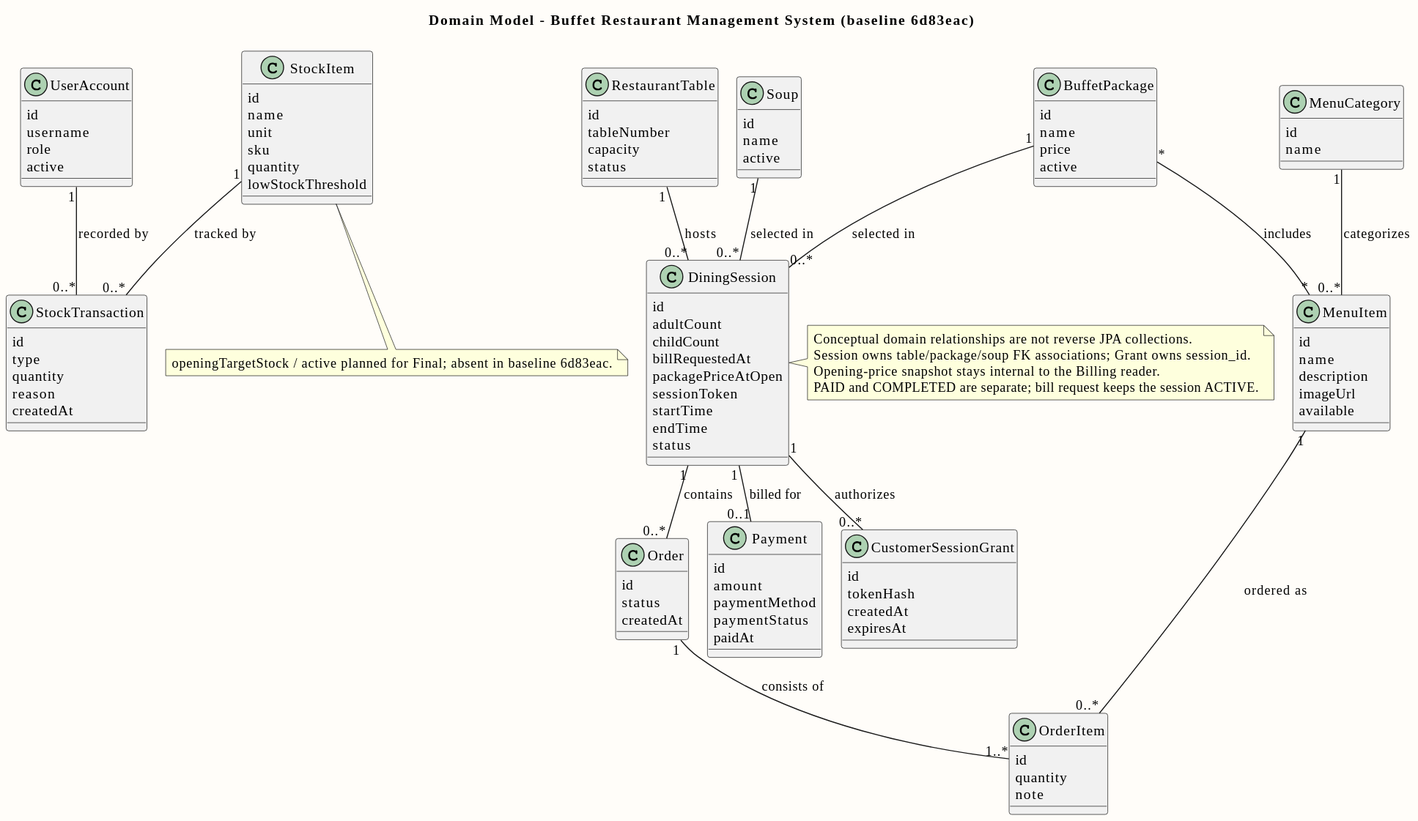
Above: doc/diagrams/previews/domain-model.svg in PavaritPramual/buffet-restaurant-management-system (PlantUML), before the change.
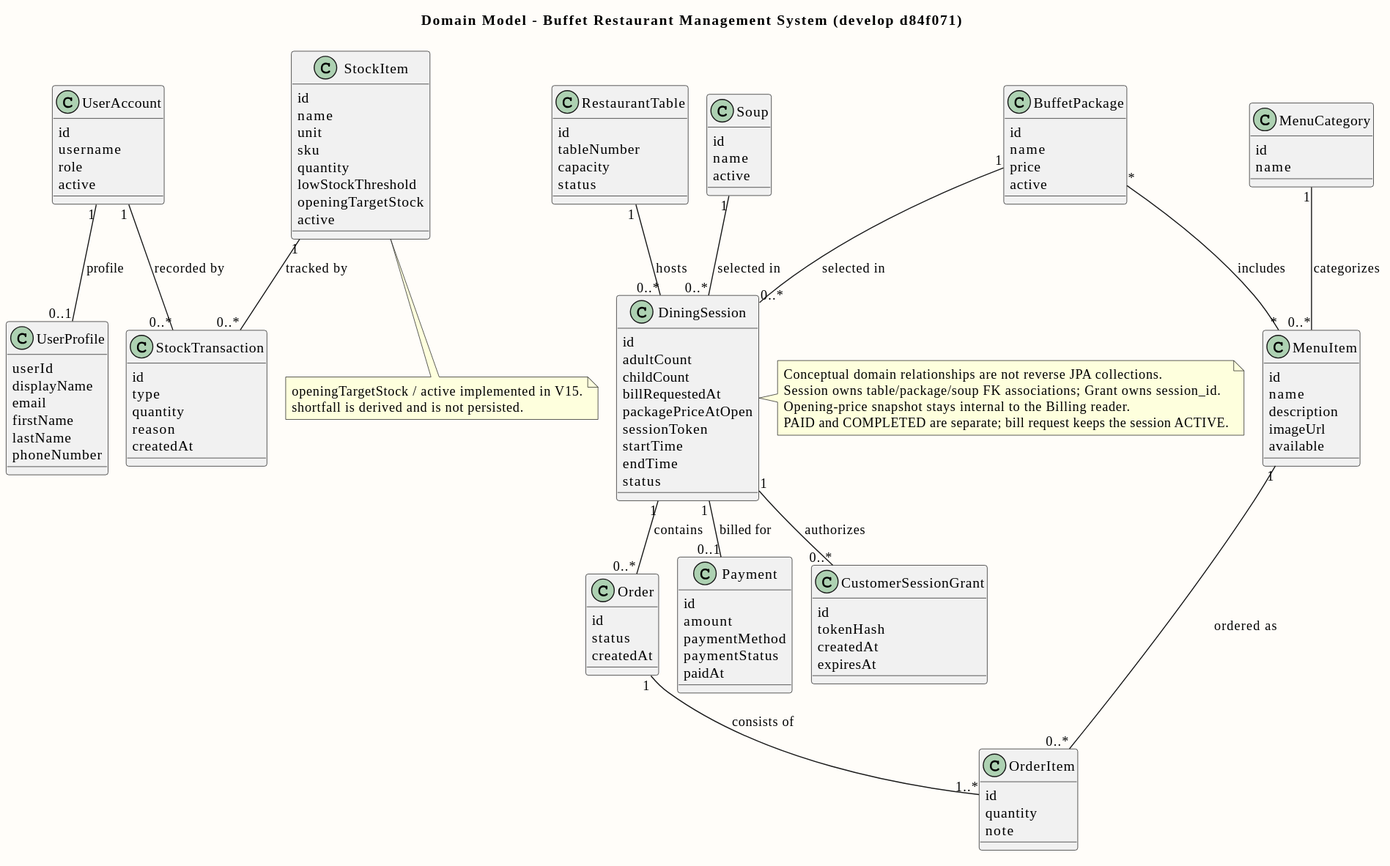
The same file after the commit.

The edit, as a diff of the source:
```diff
@@ -5,7 +5,7 @@
 skinparam backgroundColor #FFFDF9
 skinparam defaultFontName Tahoma
 
-title Domain Model - Buffet Restaurant Management System (baseline 6d83eac)
+title Domain Model - Buffet Restaurant Management System (develop d84f071)
 
 skinparam classAttributeIconSize 0
 skinparam shadowing false
@@ -16,6 +16,17 @@
     role
     active
 }
+
+class UserProfile {
+    userId
+    displayName
+    email
+    firstName
+    lastName
+    phoneNumber
+}
+
+UserAccount "1" -- "0..1" UserProfile : profile >
 
 class RestaurantTable {
     id
@@ -103,6 +114,8 @@
     sku
     quantity
     lowStockThreshold
+    openingTargetStock
+    active
 }
 
 class StockTransaction {
@@ -131,6 +144,7 @@
 UserAccount "1" -- "0..*" StockTransaction : recorded by >
 
 note bottom of StockItem
- openingTargetStock / active planned for Final; absent in baseline 6d83eac.
+ openingTargetStock / active implemented in V15.
+ shortfall is derived and is not persisted.
 end note
 @enduml
```
